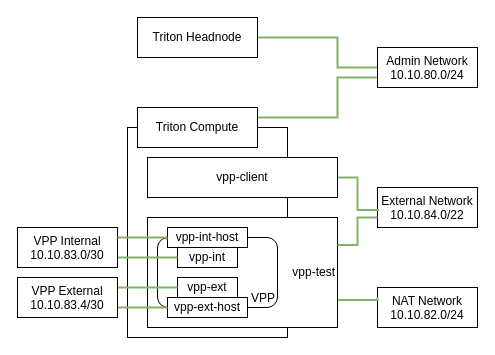
Earlier version of the draw.io diagram vpp-pilot.drawio (justindthomas/diagrams). Source tidied: cells renumbered, new cells numbered last; positions are measured from the earlier drawing's top-left corner, leaving out a move shared by most shapes. Both pictures are drawn from the tidied source at 100%, with x=0, y=0 at pixel (17, 17).
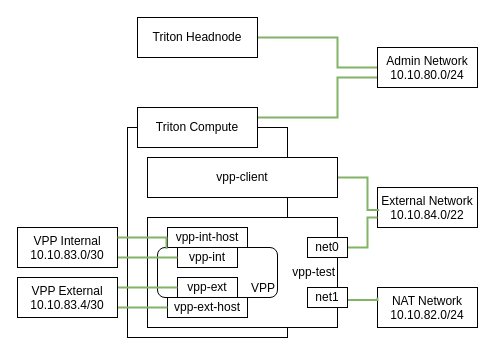
After the change.

Unchanged cells that the change refers to:
```xml
<mxCell id="8" value="&lt;div&gt;External Network&lt;br&gt;&lt;/div&gt;&lt;div&gt;10.10.84.0/22&lt;br&gt;&lt;/div&gt;" style="rounded=0;whiteSpace=wrap;html=1;align=center;verticalAlign=top;" parent="1" vertex="1">
  <mxGeometry x="360" y="170" width="100" height="40" as="geometry" />
</mxCell>
<mxCell id="11" value="vpp-client" style="rounded=0;whiteSpace=wrap;html=1;" parent="1" vertex="1">
  <mxGeometry x="130" y="140" width="190" height="40" as="geometry" />
</mxCell>
<mxCell id="13" value="vpp-test" style="rounded=0;whiteSpace=wrap;html=1;align=right;" parent="1" vertex="1">
  <mxGeometry x="130" y="200" width="190" height="110" as="geometry" />
</mxCell>
```

What changed in the source:
```diff
@@
     <mxCell id="10" style="edgeStyle=orthogonalEdgeStyle;rounded=0;jettySize=auto;html=1;endArrow=none;endFill=0;entryX=0.017;entryY=0.563;entryDx=0;entryDy=0;entryPerimeter=0;strokeWidth=2;fillColor=#d5e8d4;strokeColor=#82b366;" parent="1" edge="1" source="11" target="8">
-      <mxGeometry relative="1" as="geometry" />
+      <mxGeometry relative="1" as="geometry">
+        <Array as="points">
+          <mxPoint x="350" y="160" />
+          <mxPoint x="350" y="193" />
+        </Array>
+      </mxGeometry>
     </mxCell>
@@
     <mxCell id="14" value="VPP" style="rounded=1;whiteSpace=wrap;html=1;verticalAlign=bottom;align=right;" parent="1" vertex="1">
-      <mxGeometry x="140" y="220" width="120" height="70" as="geometry" />
+      <mxGeometry x="140" y="230" width="120" height="50" as="geometry" />
     </mxCell>
@@
-    <mxCell id="19" style="edgeStyle=orthogonalEdgeStyle;rounded=0;jettySize=auto;html=1;exitX=1;exitY=0.25;exitDx=0;exitDy=0;entryX=0;entryY=0.75;entryDx=0;entryDy=0;endArrow=none;endFill=0;strokeWidth=2;fillColor=#d5e8d4;strokeColor=#82b366;" parent="1" edge="1" source="13" target="8">
+    <mxCell id="19" style="edgeStyle=orthogonalEdgeStyle;rounded=0;jettySize=auto;html=1;entryX=0;entryY=0.75;entryDx=0;entryDy=0;endArrow=none;endFill=0;strokeWidth=2;fillColor=#d5e8d4;strokeColor=#82b366;exitX=1;exitY=0.5;exitDx=0;exitDy=0;" parent="1" edge="1" source="26" target="8">
       <mxGeometry relative="1" as="geometry" />
     </mxCell>
@@
+    <mxCell id="26" value="&lt;div&gt;net0&lt;/div&gt;" style="rounded=0;whiteSpace=wrap;html=1;" parent="1" vertex="1">
+      <mxGeometry x="290" y="220" width="40" height="20" as="geometry" />
+    </mxCell>
+    <mxCell id="27" value="&lt;div&gt;net1&lt;/div&gt;" style="rounded=0;whiteSpace=wrap;html=1;" parent="1" vertex="1">
+      <mxGeometry x="290" y="270" width="40" height="20" as="geometry" />
+    </mxCell>
```
